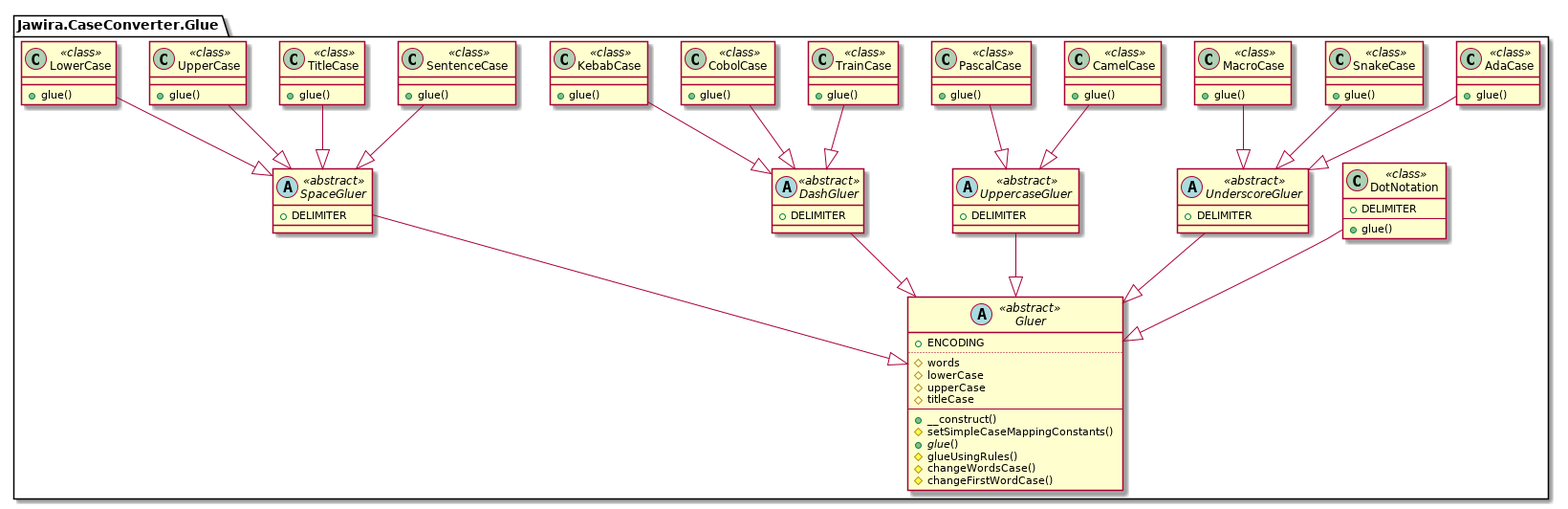
Earlier version of the PlantUML export images/uml-glue.png (knm1/case-converter).
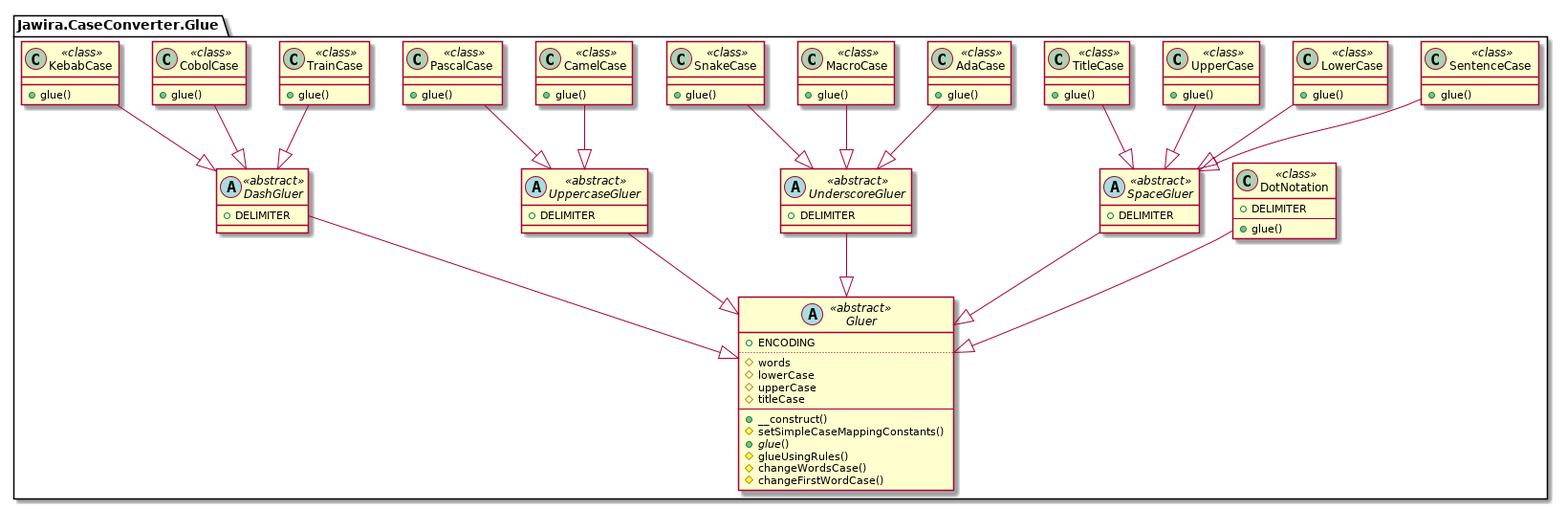
After the commit.

Change to the diagram source:
```diff
@@ -1,9 +1,9 @@
 @startuml
 namespace Jawira.CaseConverter.Glue  {
-	class AdaCase << class >> {
+	class SentenceCase << class >> {
 		+glue()
 	}
-	abstract UnderscoreGluer << abstract >> {
+	abstract SpaceGluer << abstract >> {
 		+DELIMITER
 	}
 	abstract Gluer << abstract >> {
@@ -21,22 +21,15 @@
 		#changeWordsCase()
 		#changeFirstWordCase()
 	}
-	class SentenceCase << class >> {
+	class LowerCase << class >> {
 		+glue()
 	}
-	abstract SpaceGluer << abstract >> {
+	class DotNotation << class >> {
 		+DELIMITER
-	}
-	class SnakeCase << class >> {
+		--
 		+glue()
 	}
-	class TitleCase << class >> {
-		+glue()
-	}
-	class CamelCase << class >> {
-		+glue()
-	}
-	abstract UppercaseGluer << abstract >> {
+	abstract UnderscoreGluer << abstract >> {
 		+DELIMITER
 	}
 	class TrainCase << class >> {
@@ -45,45 +38,52 @@
 	abstract DashGluer << abstract >> {
 		+DELIMITER
 	}
-	class DotNotation << class >> {
+	abstract UppercaseGluer << abstract >> {
 		+DELIMITER
-		--
+	}
+	class AdaCase << class >> {
+		+glue()
+	}
+	class UpperCase << class >> {
+		+glue()
+	}
+	class TitleCase << class >> {
+		+glue()
+	}
+	class MacroCase << class >> {
+		+glue()
+	}
+	class SnakeCase << class >> {
+		+glue()
+	}
+	class CamelCase << class >> {
+		+glue()
+	}
+	class PascalCase << class >> {
 		+glue()
 	}
 	class CobolCase << class >> {
 		+glue()
 	}
-	class PascalCase << class >> {
-		+glue()
-	}
 	class KebabCase << class >> {
 		+glue()
 	}
-	class UpperCase << class >> {
-		+glue()
-	}
-	class LowerCase << class >> {
-		+glue()
-	}
-	class MacroCase << class >> {
-		+glue()
-	}
 }
-Jawira.CaseConverter.Glue.UnderscoreGluer --|> Jawira.CaseConverter.Glue.Gluer
-Jawira.CaseConverter.Glue.AdaCase --|> Jawira.CaseConverter.Glue.UnderscoreGluer
 Jawira.CaseConverter.Glue.SpaceGluer --|> Jawira.CaseConverter.Glue.Gluer
 Jawira.CaseConverter.Glue.SentenceCase --|> Jawira.CaseConverter.Glue.SpaceGluer
-Jawira.CaseConverter.Glue.SnakeCase --|> Jawira.CaseConverter.Glue.UnderscoreGluer
-Jawira.CaseConverter.Glue.TitleCase --|> Jawira.CaseConverter.Glue.SpaceGluer
-Jawira.CaseConverter.Glue.UppercaseGluer --|> Jawira.CaseConverter.Glue.Gluer
-Jawira.CaseConverter.Glue.CamelCase --|> Jawira.CaseConverter.Glue.UppercaseGluer
+Jawira.CaseConverter.Glue.LowerCase --|> Jawira.CaseConverter.Glue.SpaceGluer
+Jawira.CaseConverter.Glue.DotNotation --|> Jawira.CaseConverter.Glue.Gluer
+Jawira.CaseConverter.Glue.UnderscoreGluer --|> Jawira.CaseConverter.Glue.Gluer
 Jawira.CaseConverter.Glue.DashGluer --|> Jawira.CaseConverter.Glue.Gluer
 Jawira.CaseConverter.Glue.TrainCase --|> Jawira.CaseConverter.Glue.DashGluer
-Jawira.CaseConverter.Glue.DotNotation --|> Jawira.CaseConverter.Glue.Gluer
+Jawira.CaseConverter.Glue.UppercaseGluer --|> Jawira.CaseConverter.Glue.Gluer
+Jawira.CaseConverter.Glue.AdaCase --|> Jawira.CaseConverter.Glue.UnderscoreGluer
+Jawira.CaseConverter.Glue.UpperCase --|> Jawira.CaseConverter.Glue.SpaceGluer
+Jawira.CaseConverter.Glue.TitleCase --|> Jawira.CaseConverter.Glue.SpaceGluer
+Jawira.CaseConverter.Glue.MacroCase --|> Jawira.CaseConverter.Glue.UnderscoreGluer
+Jawira.CaseConverter.Glue.SnakeCase --|> Jawira.CaseConverter.Glue.UnderscoreGluer
+Jawira.CaseConverter.Glue.CamelCase --|> Jawira.CaseConverter.Glue.UppercaseGluer
+Jawira.CaseConverter.Glue.PascalCase --|> Jawira.CaseConverter.Glue.UppercaseGluer
 Jawira.CaseConverter.Glue.CobolCase --|> Jawira.CaseConverter.Glue.DashGluer
-Jawira.CaseConverter.Glue.PascalCase --|> Jawira.CaseConverter.Glue.UppercaseGluer
 Jawira.CaseConverter.Glue.KebabCase --|> Jawira.CaseConverter.Glue.DashGluer
-Jawira.CaseConverter.Glue.UpperCase --|> Jawira.CaseConverter.Glue.SpaceGluer
-Jawira.CaseConverter.Glue.LowerCase --|> Jawira.CaseConverter.Glue.SpaceGluer
-Jawira.CaseConverter.Glue.MacroCase --|> Jawira.CaseConverter.Glue.UnderscoreGluer
 @enduml
```
